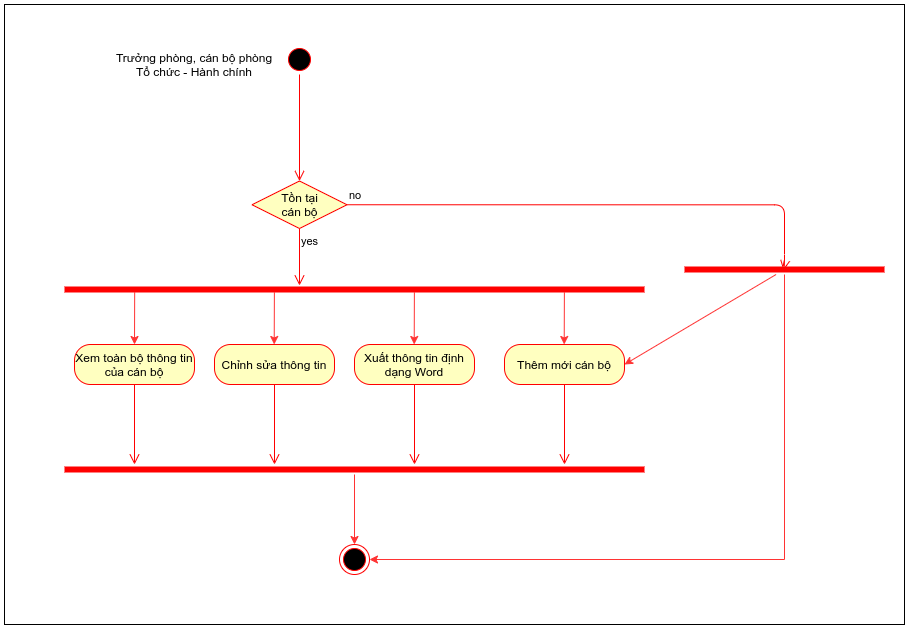
Above: img/UML/TchcStaff/activityQuanLyCanBo.png in namgold/LVTN_REPORT (draw.io), before the change. Source tidied: cells renumbered, new cells last; positions are measured from the earlier drawing's top-left corner, leaving out a move shared by most shapes.
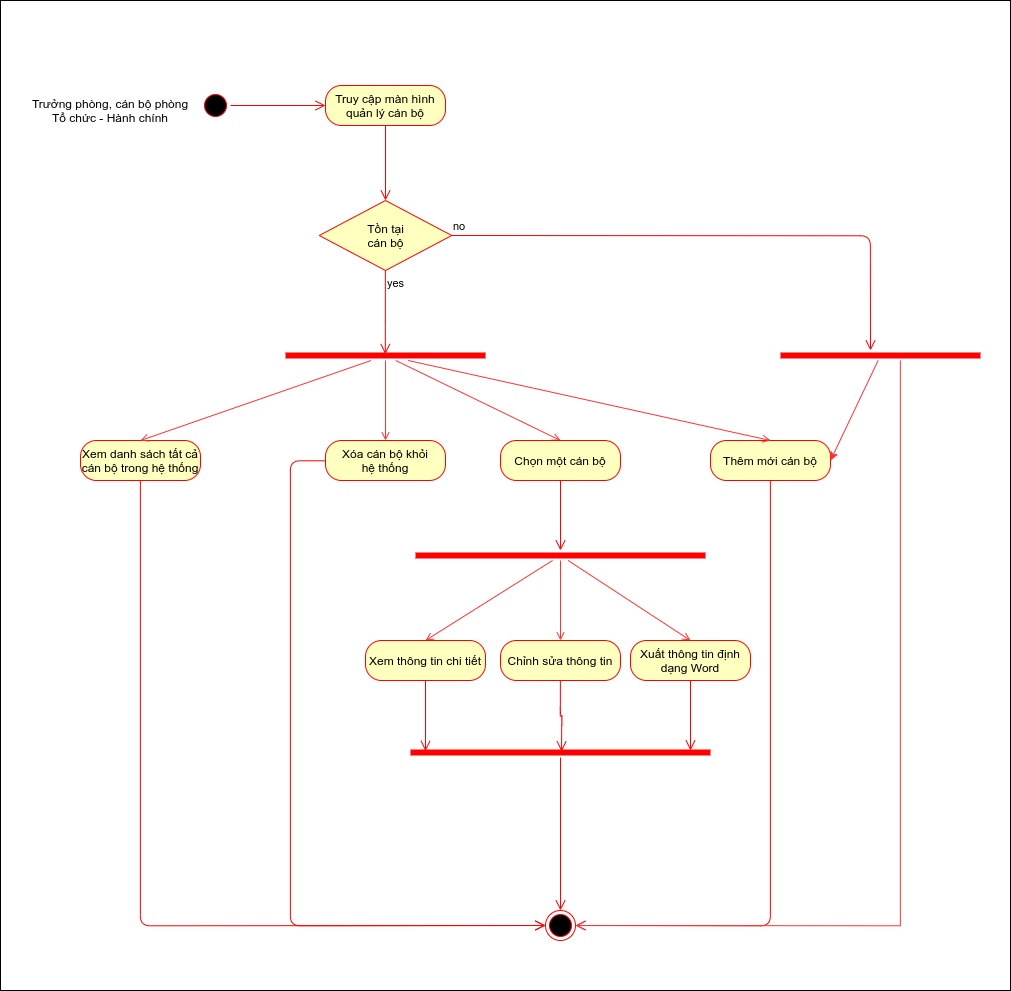
Later version of the same file.

The edit, as a diff of the source:
```diff
@@ -3,114 +3,146 @@
     <mxCell id="0" />
     <mxCell id="1" parent="0" />
     <mxCell id="2" style="ellipse;html=1;shape=startState;fillColor=#000000;strokeColor=#ff0000;" parent="1" vertex="1">
-      <mxGeometry x="280" y="40" width="30" height="30" as="geometry" />
+      <mxGeometry x="110" y="30" width="30" height="30" as="geometry" />
     </mxCell>
-    <mxCell id="3" style="edgeStyle=orthogonalEdgeStyle;html=1;verticalAlign=bottom;endArrow=open;endSize=8;strokeColor=#ff0000;entryX=0.5;entryY=0;entryDx=0;entryDy=0;" parent="1" edge="1" source="2" target="5">
+    <mxCell id="3" style="edgeStyle=orthogonalEdgeStyle;html=1;verticalAlign=bottom;endArrow=open;endSize=8;strokeColor=#ff0000;entryX=0;entryY=0.5;entryDx=0;entryDy=0;" parent="1" edge="1" source="2" target="29">
       <mxGeometry relative="1" as="geometry" />
     </mxCell>
     <mxCell id="4" value="Trưởng phòng, cán bộ phòng Tổ chức - Hành chính" style="text;html=1;strokeColor=none;fillColor=none;align=center;verticalAlign=middle;whiteSpace=wrap;rounded=0;" parent="1" vertex="1">
-      <mxGeometry x="110" y="50" width="160" height="20" as="geometry" />
+      <mxGeometry x="-60" y="40" width="160" height="20" as="geometry" />
     </mxCell>
     <mxCell id="5" value="Tồn tại&lt;br&gt;cán bộ" style="rhombus;whiteSpace=wrap;html=1;fillColor=#ffffc0;strokeColor=#ff0000;" parent="1" vertex="1">
-      <mxGeometry x="247.5" y="176.5" width="95" height="47.5" as="geometry" />
+      <mxGeometry x="228.8" y="140" width="132.5" height="70" as="geometry" />
     </mxCell>
-    <mxCell id="6" value="no" style="edgeStyle=orthogonalEdgeStyle;html=1;align=left;verticalAlign=bottom;endArrow=open;endSize=8;strokeColor=#ff0000;entryX=0.495;entryY=0.6;entryDx=0;entryDy=0;entryPerimeter=0;exitX=1;exitY=0.5;exitDx=0;exitDy=0;" parent="1" edge="1" source="5" target="26">
+    <mxCell id="6" value="no" style="edgeStyle=orthogonalEdgeStyle;html=1;align=left;verticalAlign=bottom;endArrow=open;endSize=8;strokeColor=#ff0000;exitX=1;exitY=0.5;exitDx=0;exitDy=0;" parent="1" edge="1" source="5">
       <mxGeometry x="-1" relative="1" as="geometry">
+        <mxPoint x="780" y="290" as="targetPoint" />
         <Array as="points">
-          <mxPoint x="343" y="200" />
-          <mxPoint x="780" y="200" />
-          <mxPoint x="780" y="260" />
-          <mxPoint x="779" y="260" />
+          <mxPoint x="780" y="175" />
         </Array>
       </mxGeometry>
     </mxCell>
-    <mxCell id="7" value="yes" style="edgeStyle=orthogonalEdgeStyle;html=1;align=left;verticalAlign=top;endArrow=open;endSize=8;strokeColor=#ff0000;" parent="1" edge="1" source="5">
-      <mxGeometry x="-1" relative="1" as="geometry">
-        <mxPoint x="295" y="281" as="targetPoint" />
-      </mxGeometry>
+    <mxCell id="7" value="yes" style="edgeStyle=orthogonalEdgeStyle;html=1;align=left;verticalAlign=top;endArrow=open;endSize=8;strokeColor=#ff0000;entryX=0.499;entryY=0.36;entryDx=0;entryDy=0;entryPerimeter=0;" parent="1" edge="1" source="5" target="35">
+      <mxGeometry x="-1" relative="1" as="geometry" />
     </mxCell>
-    <mxCell id="8" style="shape=line;html=1;strokeWidth=6;strokeColor=#ff0000;" parent="1" vertex="1">
-      <mxGeometry x="60" y="280" width="580" height="10" as="geometry" />
-    </mxCell>
-    <mxCell id="9" value="Xem toàn bộ thông tin của cán bộ" style="rounded=1;whiteSpace=wrap;html=1;arcSize=40;fontColor=#000000;fillColor=#ffffc0;strokeColor=#ff0000;" parent="1" vertex="1">
-      <mxGeometry x="70" y="340" width="120" height="40" as="geometry" />
+    <mxCell id="9" value="Xem danh sách tất cả cán bộ trong hệ thống" style="rounded=1;whiteSpace=wrap;html=1;arcSize=40;fontColor=#000000;fillColor=#ffffc0;strokeColor=#ff0000;" parent="1" vertex="1">
+      <mxGeometry x="-10" y="380" width="120" height="40" as="geometry" />
     </mxCell>
-    <mxCell id="10" style="edgeStyle=orthogonalEdgeStyle;html=1;verticalAlign=bottom;endArrow=open;endSize=8;strokeColor=#ff0000;" parent="1" edge="1" source="9">
+    <mxCell id="10" style="edgeStyle=orthogonalEdgeStyle;html=1;verticalAlign=bottom;endArrow=open;endSize=8;strokeColor=#ff0000;entryX=0;entryY=0.5;entryDx=0;entryDy=0;" parent="1" edge="1" source="9" target="49">
       <mxGeometry relative="1" as="geometry">
-        <mxPoint x="130" y="460" as="targetPoint" />
+        <Array as="points">
+          <mxPoint x="50" y="865" />
+        </Array>
       </mxGeometry>
     </mxCell>
     <mxCell id="11" value="Chỉnh sửa thông tin" style="rounded=1;whiteSpace=wrap;html=1;arcSize=40;fontColor=#000000;fillColor=#ffffc0;strokeColor=#ff0000;" parent="1" vertex="1">
-      <mxGeometry x="210" y="340" width="120" height="40" as="geometry" />
+      <mxGeometry x="410" y="580" width="120" height="40" as="geometry" />
     </mxCell>
     <mxCell id="12" style="edgeStyle=orthogonalEdgeStyle;html=1;verticalAlign=bottom;endArrow=open;endSize=8;strokeColor=#ff0000;" parent="1" edge="1" source="11">
       <mxGeometry relative="1" as="geometry">
-        <mxPoint x="270" y="460" as="targetPoint" />
+        <mxPoint x="471" y="691" as="targetPoint" />
       </mxGeometry>
     </mxCell>
-    <mxCell id="13" value="Xuất thông tin định dạng Word" style="rounded=1;whiteSpace=wrap;html=1;arcSize=40;fontColor=#000000;fillColor=#ffffc0;strokeColor=#ff0000;" parent="1" vertex="1">
-      <mxGeometry x="350" y="340" width="120" height="40" as="geometry" />
-    </mxCell>
-    <mxCell id="14" style="edgeStyle=orthogonalEdgeStyle;html=1;verticalAlign=bottom;endArrow=open;endSize=8;strokeColor=#ff0000;" parent="1" edge="1" source="13">
-      <mxGeometry relative="1" as="geometry">
-        <mxPoint x="410" y="460" as="targetPoint" />
-      </mxGeometry>
-    </mxCell>
     <mxCell id="15" value="Thêm mới cán bộ" style="rounded=1;whiteSpace=wrap;html=1;arcSize=40;fontColor=#000000;fillColor=#ffffc0;strokeColor=#ff0000;" parent="1" vertex="1">
-      <mxGeometry x="500" y="340" width="120" height="40" as="geometry" />
+      <mxGeometry x="620" y="380" width="120" height="40" as="geometry" />
     </mxCell>
-    <mxCell id="16" style="edgeStyle=orthogonalEdgeStyle;html=1;verticalAlign=bottom;endArrow=open;endSize=8;strokeColor=#ff0000;" parent="1" edge="1" source="15">
+    <mxCell id="16" style="edgeStyle=orthogonalEdgeStyle;html=1;verticalAlign=bottom;endArrow=open;endSize=8;strokeColor=#ff0000;entryX=1;entryY=0.5;entryDx=0;entryDy=0;" parent="1" edge="1" source="15" target="49">
       <mxGeometry relative="1" as="geometry">
-        <mxPoint x="560" y="460" as="targetPoint" />
+        <Array as="points">
+          <mxPoint x="680" y="865" />
+        </Array>
       </mxGeometry>
     </mxCell>
-    <mxCell id="17" style="endArrow=classic;html=1;entryX=0.5;entryY=0;entryDx=0;entryDy=0;exitX=0.121;exitY=0.771;exitDx=0;exitDy=0;exitPerimeter=0;strokeColor=#FF3333;" parent="1" edge="1" source="8" target="9">
-      <mxGeometry relative="1" as="geometry" />
-    </mxCell>
-    <mxCell id="18" style="endArrow=classic;html=1;entryX=0.5;entryY=0;entryDx=0;entryDy=0;exitX=0.121;exitY=0.771;exitDx=0;exitDy=0;exitPerimeter=0;strokeColor=#FF3333;" parent="1" edge="1">
-      <mxGeometry relative="1" as="geometry">
-        <mxPoint x="269.9" y="287.7" as="sourcePoint" />
-        <mxPoint x="269.7" y="340" as="targetPoint" />
-      </mxGeometry>
-    </mxCell>
-    <mxCell id="19" style="endArrow=classic;html=1;entryX=0.5;entryY=0;entryDx=0;entryDy=0;exitX=0.121;exitY=0.771;exitDx=0;exitDy=0;exitPerimeter=0;strokeColor=#FF3333;" parent="1" edge="1">
-      <mxGeometry relative="1" as="geometry">
-        <mxPoint x="409.9" y="287.7" as="sourcePoint" />
-        <mxPoint x="409.7" y="340" as="targetPoint" />
-      </mxGeometry>
-    </mxCell>
-    <mxCell id="20" style="endArrow=classic;html=1;entryX=0.5;entryY=0;entryDx=0;entryDy=0;exitX=0.121;exitY=0.771;exitDx=0;exitDy=0;exitPerimeter=0;strokeColor=#FF3333;" parent="1" edge="1">
-      <mxGeometry relative="1" as="geometry">
-        <mxPoint x="559.9" y="287.7" as="sourcePoint" />
-        <mxPoint x="559.7" y="340" as="targetPoint" />
-      </mxGeometry>
-    </mxCell>
-    <mxCell id="21" style="edgeStyle=orthogonalEdgeStyle;rounded=0;jettySize=auto;html=1;strokeColor=#FF3333;" parent="1" edge="1" source="22">
-      <mxGeometry relative="1" as="geometry">
-        <mxPoint x="350" y="540" as="targetPoint" />
-      </mxGeometry>
-    </mxCell>
-    <mxCell id="22" style="shape=line;html=1;strokeWidth=6;strokeColor=#ff0000;" parent="1" vertex="1">
-      <mxGeometry x="60" y="460" width="580" height="10" as="geometry" />
-    </mxCell>
-    <mxCell id="23" style="ellipse;html=1;shape=endState;fillColor=#000000;strokeColor=#ff0000;" parent="1" vertex="1">
-      <mxGeometry x="335" y="540" width="30" height="30" as="geometry" />
-    </mxCell>
     <mxCell id="24" style="rounded=0;jettySize=auto;html=1;entryX=1;entryY=0.5;entryDx=0;entryDy=0;strokeColor=#FF3333;" parent="1" edge="1" source="26" target="15">
       <mxGeometry relative="1" as="geometry" />
     </mxCell>
-    <mxCell id="25" style="edgeStyle=orthogonalEdgeStyle;rounded=0;jettySize=auto;html=1;strokeColor=#FF3333;entryX=1;entryY=0.5;entryDx=0;entryDy=0;" parent="1" edge="1" source="26" target="23">
-      <mxGeometry relative="1" as="geometry">
-        <Array as="points">
-          <mxPoint x="780" y="555" />
-        </Array>
-      </mxGeometry>
-    </mxCell>
+    <mxCell id="28" style="edgeStyle=orthogonalEdgeStyle;rounded=0;jettySize=auto;html=1;endArrow=open;endFill=0;strokeColor=#FF3333;entryX=1;entryY=0.5;entryDx=0;entryDy=0;" parent="1" edge="1" source="26" target="49">
+      <mxGeometry relative="1" as="geometry">
+        <Array as="points">
+          <mxPoint x="810" y="865" />
+        </Array>
+      </mxGeometry>
+    </mxCell>
     <mxCell id="26" style="shape=line;html=1;strokeWidth=6;strokeColor=#ff0000;" parent="1" vertex="1">
-      <mxGeometry x="680" y="260" width="200" height="10" as="geometry" />
+      <mxGeometry x="690" y="290" width="200" height="10" as="geometry" />
     </mxCell>
-    <mxCell id="27" style="rounded=0;whiteSpace=wrap;html=1;fillColor=none;" parent="1" vertex="1">
-      <mxGeometry width="900" height="620" as="geometry" />
-    </mxCell>
+    <mxCell id="29" value="Truy cập màn hình&lt;br&gt;quản lý cán bộ" style="rounded=1;whiteSpace=wrap;html=1;arcSize=40;fontColor=#000000;fillColor=#ffffc0;strokeColor=#ff0000;" parent="1" vertex="1">
+      <mxGeometry x="235" y="25" width="120" height="40" as="geometry" />
+    </mxCell>
+    <mxCell id="30" style="edgeStyle=orthogonalEdgeStyle;html=1;verticalAlign=bottom;endArrow=open;endSize=8;strokeColor=#ff0000;" parent="1" edge="1" source="29">
+      <mxGeometry relative="1" as="geometry">
+        <mxPoint x="295" y="140" as="targetPoint" />
+      </mxGeometry>
+    </mxCell>
+    <mxCell id="31" style="rounded=0;jettySize=auto;html=1;entryX=0.5;entryY=0;entryDx=0;entryDy=0;strokeColor=#FF3333;endArrow=open;endFill=0;" parent="1" edge="1" source="35" target="9">
+      <mxGeometry relative="1" as="geometry" />
+    </mxCell>
+    <mxCell id="32" style="edgeStyle=none;rounded=0;jettySize=auto;html=1;entryX=0.5;entryY=0;entryDx=0;entryDy=0;endArrow=open;endFill=0;strokeColor=#FF3333;" parent="1" edge="1" source="35" target="45">
+      <mxGeometry relative="1" as="geometry" />
+    </mxCell>
+    <mxCell id="33" style="edgeStyle=none;rounded=0;jettySize=auto;html=1;entryX=0.5;entryY=0;entryDx=0;entryDy=0;endArrow=open;endFill=0;strokeColor=#FF3333;" parent="1" edge="1" source="35" target="36">
+      <mxGeometry relative="1" as="geometry" />
+    </mxCell>
+    <mxCell id="34" style="edgeStyle=none;rounded=0;jettySize=auto;html=1;entryX=0.5;entryY=0;entryDx=0;entryDy=0;endArrow=open;endFill=0;strokeColor=#FF3333;" parent="1" edge="1" source="35" target="15">
+      <mxGeometry relative="1" as="geometry" />
+    </mxCell>
+    <mxCell id="35" style="shape=line;html=1;strokeWidth=6;strokeColor=#ff0000;" parent="1" vertex="1">
+      <mxGeometry x="195" y="290" width="200" height="10" as="geometry" />
+    </mxCell>
+    <mxCell id="36" value="Chọn một cán bộ" style="rounded=1;whiteSpace=wrap;html=1;arcSize=40;fontColor=#000000;fillColor=#ffffc0;strokeColor=#ff0000;" parent="1" vertex="1">
+      <mxGeometry x="410" y="380" width="120" height="40" as="geometry" />
+    </mxCell>
+    <mxCell id="37" style="edgeStyle=orthogonalEdgeStyle;html=1;verticalAlign=bottom;endArrow=open;endSize=8;strokeColor=#ff0000;" parent="1" edge="1" source="36" target="41">
+      <mxGeometry relative="1" as="geometry" />
+    </mxCell>
+    <mxCell id="38" style="edgeStyle=none;rounded=0;jettySize=auto;html=1;entryX=0.5;entryY=0;entryDx=0;entryDy=0;endArrow=open;endFill=0;strokeColor=#FF3333;" parent="1" edge="1" source="41" target="42">
+      <mxGeometry relative="1" as="geometry" />
+    </mxCell>
+    <mxCell id="39" style="edgeStyle=none;rounded=0;jettySize=auto;html=1;entryX=0.5;entryY=0;entryDx=0;entryDy=0;endArrow=open;endFill=0;strokeColor=#FF3333;" parent="1" edge="1" source="41" target="11">
+      <mxGeometry relative="1" as="geometry" />
+    </mxCell>
+    <mxCell id="40" style="edgeStyle=none;rounded=0;jettySize=auto;html=1;entryX=0.5;entryY=0;entryDx=0;entryDy=0;endArrow=open;endFill=0;strokeColor=#FF3333;" parent="1" edge="1" source="41" target="13">
+      <mxGeometry relative="1" as="geometry" />
+    </mxCell>
+    <mxCell id="41" style="shape=line;html=1;strokeWidth=6;strokeColor=#ff0000;" parent="1" vertex="1">
+      <mxGeometry x="325" y="490" width="290" height="10" as="geometry" />
+    </mxCell>
+    <mxCell id="42" value="Xem thông tin chi tiết" style="rounded=1;whiteSpace=wrap;html=1;arcSize=40;fontColor=#000000;fillColor=#ffffc0;strokeColor=#ff0000;" parent="1" vertex="1">
+      <mxGeometry x="275" y="580" width="120" height="40" as="geometry" />
+    </mxCell>
+    <mxCell id="43" style="edgeStyle=orthogonalEdgeStyle;html=1;verticalAlign=bottom;endArrow=open;endSize=8;strokeColor=#ff0000;entryX=0.05;entryY=0.35;entryDx=0;entryDy=0;entryPerimeter=0;" parent="1" edge="1" source="42" target="47">
+      <mxGeometry relative="1" as="geometry" />
+    </mxCell>
+    <mxCell id="13" value="Xuất thông tin định dạng Word" style="rounded=1;whiteSpace=wrap;html=1;arcSize=40;fontColor=#000000;fillColor=#ffffc0;strokeColor=#ff0000;" parent="1" vertex="1">
+      <mxGeometry x="540" y="580" width="120" height="40" as="geometry" />
+    </mxCell>
+    <mxCell id="44" style="edgeStyle=orthogonalEdgeStyle;html=1;verticalAlign=bottom;endArrow=open;endSize=8;strokeColor=#ff0000;" parent="1" edge="1" source="13">
+      <mxGeometry relative="1" as="geometry">
+        <mxPoint x="600" y="690" as="targetPoint" />
+      </mxGeometry>
+    </mxCell>
+    <mxCell id="45" value="Xóa cán bộ khỏi&lt;br&gt;hệ thống" style="rounded=1;whiteSpace=wrap;html=1;arcSize=40;fontColor=#000000;fillColor=#ffffc0;strokeColor=#ff0000;" parent="1" vertex="1">
+      <mxGeometry x="235" y="380" width="120" height="40" as="geometry" />
+    </mxCell>
+    <mxCell id="46" style="edgeStyle=orthogonalEdgeStyle;html=1;verticalAlign=bottom;endArrow=open;endSize=8;strokeColor=#ff0000;entryX=0;entryY=0.5;entryDx=0;entryDy=0;" parent="1" edge="1" source="45" target="49">
+      <mxGeometry relative="1" as="geometry">
+        <Array as="points">
+          <mxPoint x="200" y="400" />
+          <mxPoint x="200" y="865" />
+        </Array>
+      </mxGeometry>
+    </mxCell>
+    <mxCell id="47" style="shape=line;html=1;strokeWidth=6;strokeColor=#ff0000;" parent="1" vertex="1">
+      <mxGeometry x="320" y="687" width="300" height="10" as="geometry" />
+    </mxCell>
+    <mxCell id="48" style="edgeStyle=orthogonalEdgeStyle;html=1;verticalAlign=bottom;endArrow=open;endSize=8;strokeColor=#ff0000;entryX=0.5;entryY=0;entryDx=0;entryDy=0;" parent="1" edge="1" source="47" target="49">
+      <mxGeometry relative="1" as="geometry" />
+    </mxCell>
+    <mxCell id="49" style="ellipse;html=1;shape=endState;fillColor=#000000;strokeColor=#ff0000;" parent="1" vertex="1">
+      <mxGeometry x="455" y="850" width="30" height="30" as="geometry" />
+    </mxCell>
+    <mxCell id="50" style="rounded=0;whiteSpace=wrap;html=1;fillColor=none;shadow=0;sketch=0;" parent="1" vertex="1">
+      <mxGeometry x="-90" y="-60" width="1010" height="990" as="geometry" />
+    </mxCell>
   </root>
 </mxGraphModel>
```
